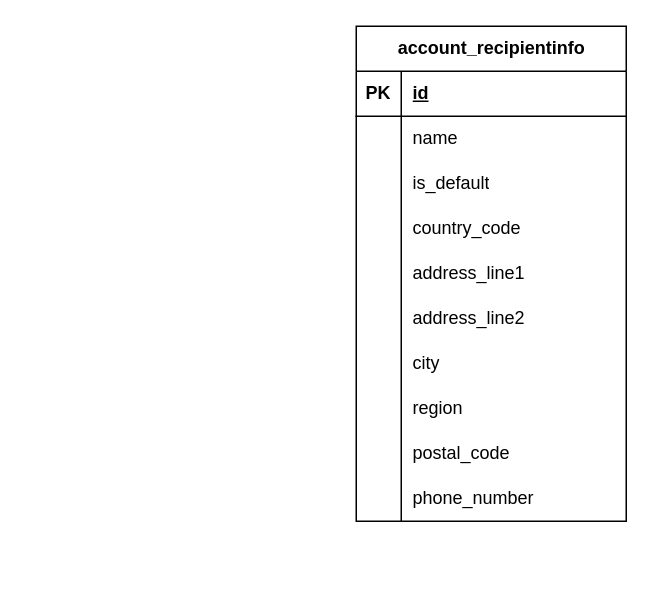
Above: page "Account" (5 of 5) of diagrams/e-commerce-entity-relationship-diagram.drawio in RHILIUS/E-Commerce-Docs (draw.io), before the change. Source tidied: cells renumbered, new cells numbered last; positions are measured from the earlier drawing's top-left corner, leaving out a move shared by most shapes. Both pictures are drawn from the tidied source at 150%, with x=0, y=0 at pixel (356, 26).
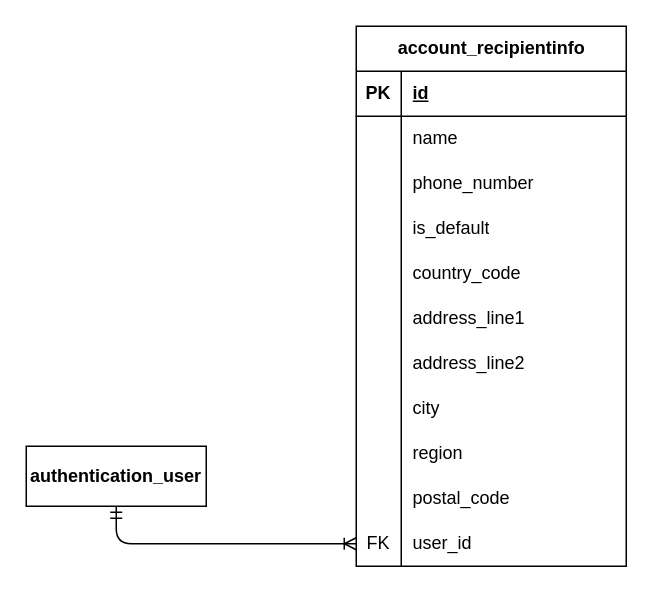
The same diagram, later.

Commit message:
feat(erd): add RecipientInfo entity

Change to the diagram source:
```diff
@@
     <mxCell id="2" value="account_recipientinfo" style="shape=table;startSize=30;childLayout=tableLayout;rowLines=0;fontStyle=1;align=center;html=1;" parent="1" vertex="1">
-      <mxGeometry width="180" height="330" as="geometry" />
+      <mxGeometry width="180" height="360" as="geometry" />
     </mxCell>
@@
+    <mxCell id="33" style="shape=tableRow;horizontal=0;startSize=0;swimlaneHead=0;swimlaneBody=0;fillColor=none;top=0;left=0;right=0;bottom=0;" parent="2" vertex="1">
+      <mxGeometry y="90" width="180" height="30" as="geometry" />
+    </mxCell>
+    <mxCell id="31" style="shape=partialRectangle;fillColor=none;top=0;left=0;bottom=0;right=0;overflow=hidden;whiteSpace=wrap;html=1;" parent="33" vertex="1">
+      <mxGeometry width="30" height="30" as="geometry" />
+    </mxCell>
+    <mxCell id="32" value="phone_number" style="shape=partialRectangle;fillColor=none;top=0;left=0;bottom=0;right=0;align=left;spacingLeft=6;overflow=hidden;whiteSpace=wrap;html=1;" parent="33" vertex="1">
+      <mxGeometry x="30" width="150" height="30" as="geometry" />
+    </mxCell>
     <mxCell id="9" style="shape=tableRow;horizontal=0;startSize=0;swimlaneHead=0;swimlaneBody=0;fillColor=none;top=0;left=0;right=0;bottom=0;" parent="2" vertex="1">
-      <mxGeometry y="90" width="180" height="30" as="geometry" />
+      <mxGeometry y="120" width="180" height="30" as="geometry" />
     </mxCell>
@@
     <mxCell id="12" style="shape=tableRow;horizontal=0;startSize=0;swimlaneHead=0;swimlaneBody=0;fillColor=none;top=0;left=0;right=0;bottom=0;" parent="2" vertex="1">
-      <mxGeometry y="120" width="180" height="30" as="geometry" />
+      <mxGeometry y="150" width="180" height="30" as="geometry" />
     </mxCell>
@@
     <mxCell id="15" style="shape=tableRow;horizontal=0;startSize=0;swimlaneHead=0;swimlaneBody=0;fillColor=none;top=0;left=0;right=0;bottom=0;" parent="2" vertex="1">
-      <mxGeometry y="150" width="180" height="30" as="geometry" />
+      <mxGeometry y="180" width="180" height="30" as="geometry" />
     </mxCell>
@@
     <mxCell id="18" style="shape=tableRow;horizontal=0;startSize=0;swimlaneHead=0;swimlaneBody=0;fillColor=none;top=0;left=0;right=0;bottom=0;" parent="2" vertex="1">
-      <mxGeometry y="180" width="180" height="30" as="geometry" />
+      <mxGeometry y="210" width="180" height="30" as="geometry" />
     </mxCell>
@@
     <mxCell id="21" style="shape=tableRow;horizontal=0;startSize=0;swimlaneHead=0;swimlaneBody=0;fillColor=none;top=0;left=0;right=0;bottom=0;" parent="2" vertex="1">
-      <mxGeometry y="210" width="180" height="30" as="geometry" />
+      <mxGeometry y="240" width="180" height="30" as="geometry" />
     </mxCell>
@@
     <mxCell id="24" style="shape=tableRow;horizontal=0;startSize=0;swimlaneHead=0;swimlaneBody=0;fillColor=none;top=0;left=0;right=0;bottom=0;" parent="2" vertex="1">
-      <mxGeometry y="240" width="180" height="30" as="geometry" />
+      <mxGeometry y="270" width="180" height="30" as="geometry" />
     </mxCell>
@@
     <mxCell id="27" style="shape=tableRow;horizontal=0;startSize=0;swimlaneHead=0;swimlaneBody=0;fillColor=none;top=0;left=0;right=0;bottom=0;" parent="2" vertex="1">
-      <mxGeometry y="270" width="180" height="30" as="geometry" />
+      <mxGeometry y="300" width="180" height="30" as="geometry" />
     </mxCell>
@@
-    <mxCell id="30" style="shape=tableRow;horizontal=0;startSize=0;swimlaneHead=0;swimlaneBody=0;fillColor=none;top=0;left=0;right=0;bottom=0;" parent="2" vertex="1">
-      <mxGeometry y="300" width="180" height="30" as="geometry" />
-    </mxCell>
-    <mxCell id="31" style="shape=partialRectangle;fillColor=none;top=0;left=0;bottom=0;right=0;overflow=hidden;whiteSpace=wrap;html=1;" parent="30" vertex="1">
-      <mxGeometry width="30" height="30" as="geometry" />
-    </mxCell>
-    <mxCell id="32" value="phone_number" style="shape=partialRectangle;fillColor=none;top=0;left=0;bottom=0;right=0;align=left;spacingLeft=6;overflow=hidden;whiteSpace=wrap;html=1;" parent="30" vertex="1">
-      <mxGeometry x="30" width="150" height="30" as="geometry" />
-    </mxCell>
+    <mxCell id="34" style="shape=tableRow;horizontal=0;startSize=0;swimlaneHead=0;swimlaneBody=0;fillColor=none;points=[[0,0.5],[1,0.5]];portConstraint=eastwest;top=0;left=0;right=0;bottom=0;" parent="2" vertex="1">
+      <mxGeometry y="330" width="180" height="30" as="geometry" />
+    </mxCell>
+    <mxCell id="35" value="FK" style="shape=partialRectangle;fillColor=none;top=0;left=0;bottom=0;right=0;overflow=hidden;whiteSpace=wrap;html=1;" parent="34" vertex="1">
+      <mxGeometry width="30" height="30" as="geometry" />
+    </mxCell>
+    <mxCell id="36" value="user_id" style="shape=partialRectangle;fillColor=none;top=0;left=0;bottom=0;right=0;align=left;spacingLeft=6;overflow=hidden;whiteSpace=wrap;html=1;" parent="34" vertex="1">
+      <mxGeometry x="30" width="150" height="30" as="geometry" />
+    </mxCell>
+    <mxCell id="37" style="edgeStyle=orthogonalEdgeStyle;html=1;endArrow=ERoneToMany;endFill=0;startArrow=ERmandOne;startFill=0;" parent="1" edge="1" source="38" target="34">
+      <mxGeometry relative="1" as="geometry" />
+    </mxCell>
+    <mxCell id="38" value="&lt;b&gt;authentication_user&lt;/b&gt;" style="whiteSpace=wrap;html=1;align=center;" parent="1" vertex="1">
+      <mxGeometry x="-220" y="280" width="120" height="40" as="geometry" />
+    </mxCell>
```
